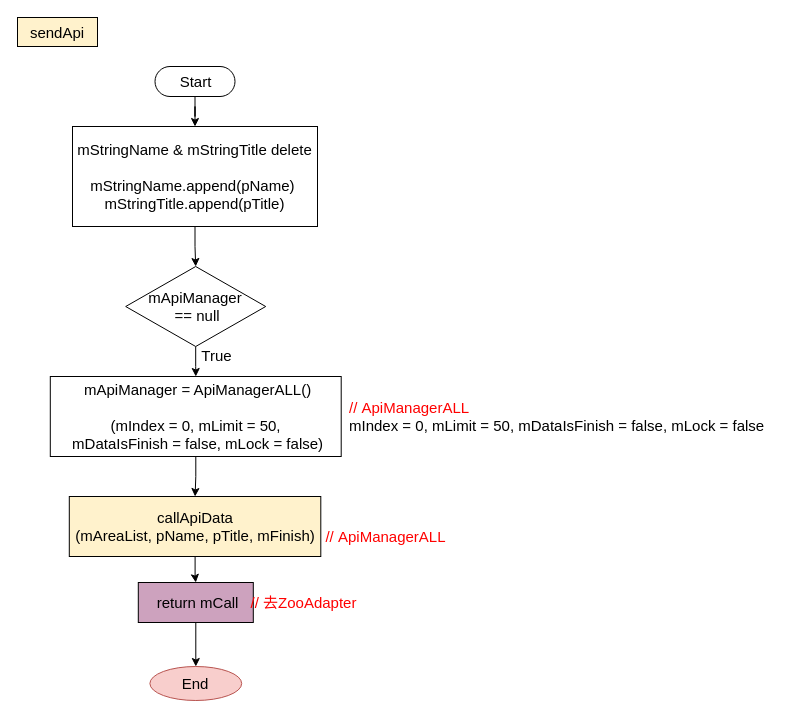
Before: page "AllViewModel" (8 of 13) of 一般流程.drawio in ccckyc/draw, a draw.io diagram. Source tidied: cells renumbered, new cells numbered last; positions are measured from the earlier drawing's top-left corner, leaving out a move shared by most shapes. Both pictures are drawn from the tidied source at 100%, with x=0, y=0 at pixel (17, 17).
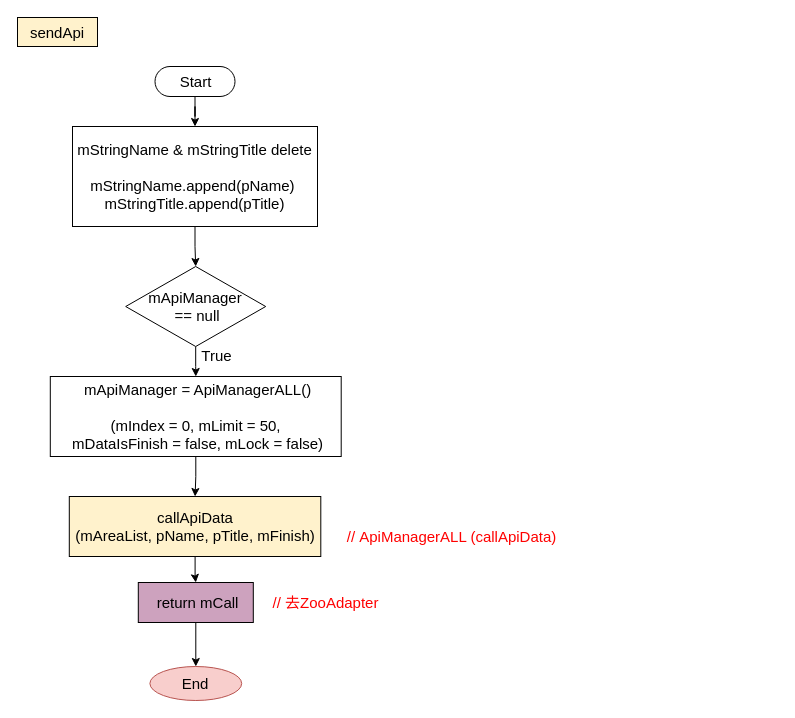
Above is the later version.

Diff of the diagram source:
```diff
@@
-    <mxCell id="12" value="&lt;font color=&quot;#ff0000&quot; style=&quot;font-size: 15px;&quot;&gt;//&amp;nbsp;&lt;span style=&quot;font-size: 15px;&quot;&gt;ApiManagerALL&lt;br style=&quot;font-size: 15px;&quot;&gt;&lt;/span&gt;&lt;/font&gt;&lt;div style=&quot;font-size: 15px;&quot;&gt;mIndex = 0,&amp;nbsp;&lt;span style=&quot;font-size: 15px;&quot;&gt;mLimit = 50,&amp;nbsp;&lt;/span&gt;&lt;span style=&quot;font-size: 15px;&quot;&gt;mDataIsFinish = false,&amp;nbsp;&lt;/span&gt;&lt;span style=&quot;font-size: 15px;&quot;&gt;mLock = false&lt;/span&gt;&lt;/div&gt;" style="text;html=1;align=left;verticalAlign=middle;strokeColor=none;fillColor=none;fontSize=15;fontFamily=Helvetica;fontColor=none;fontStyle=0;" parent="1" vertex="1">
-      <mxGeometry x="330" y="379" width="430" height="40" as="geometry" />
-    </mxCell>
@@
-    <mxCell id="15" value="&lt;font color=&quot;#ff0000&quot; style=&quot;font-size: 15px;&quot;&gt;//&amp;nbsp;&lt;span style=&quot;font-size: 15px;&quot;&gt;ApiManagerALL&lt;/span&gt;&lt;/font&gt;" style="text;html=1;align=center;verticalAlign=middle;strokeColor=none;fillColor=none;fontSize=15;fontFamily=Helvetica;fontColor=none;fontStyle=0;" parent="1" vertex="1">
-      <mxGeometry x="298.2" y="509" width="140" height="20" as="geometry" />
+    <mxCell id="15" value="&lt;font color=&quot;#ff0000&quot;&gt;//&amp;nbsp;ApiManagerALL (callApiData)&lt;/font&gt;" style="text;html=1;align=center;verticalAlign=middle;strokeColor=none;fillColor=none;fontSize=15;fontFamily=Helvetica;fontColor=none;fontStyle=0;" parent="1" vertex="1">
+      <mxGeometry x="323.7" y="509" width="220" height="20" as="geometry" />
     </mxCell>
@@
     <mxCell id="19" value="// 去ZooAdapter" style="text;html=1;align=center;verticalAlign=middle;strokeColor=none;fillColor=none;fontColor=#FF0000;fontSize=15;fontFamily=Helvetica;fontStyle=0;" parent="1" vertex="1">
-      <mxGeometry x="225.8" y="575" width="120" height="20" as="geometry" />
+      <mxGeometry x="248.2" y="575" width="120" height="20" as="geometry" />
     </mxCell>
```
